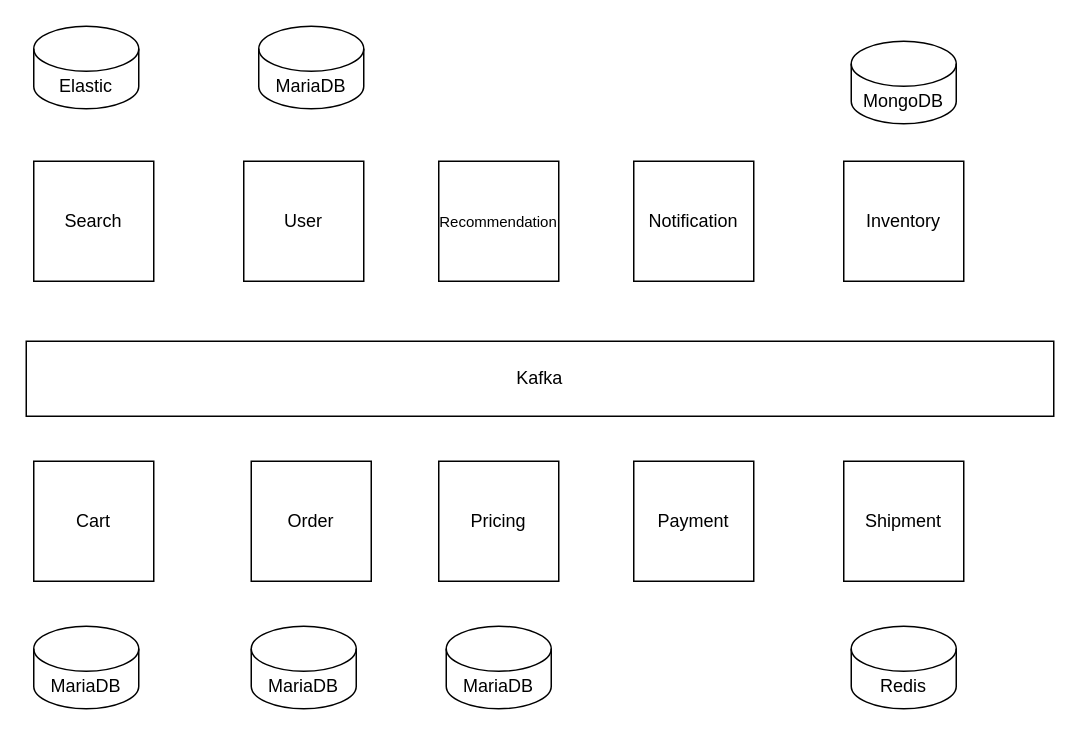
The draw.io diagram ecommerce/doc/design/ecommerce.drawio in salamsoft/systemdesigns, before the edit. Source tidied: cells renumbered, new cells numbered last; positions are measured from the earlier drawing's top-left corner, leaving out a move shared by most shapes. Both pictures are drawn from the tidied source at 150%, with x=0, y=0 at pixel (26, 26). Pictures stored in the file or linked from it are replaced by grey dashed boxes.
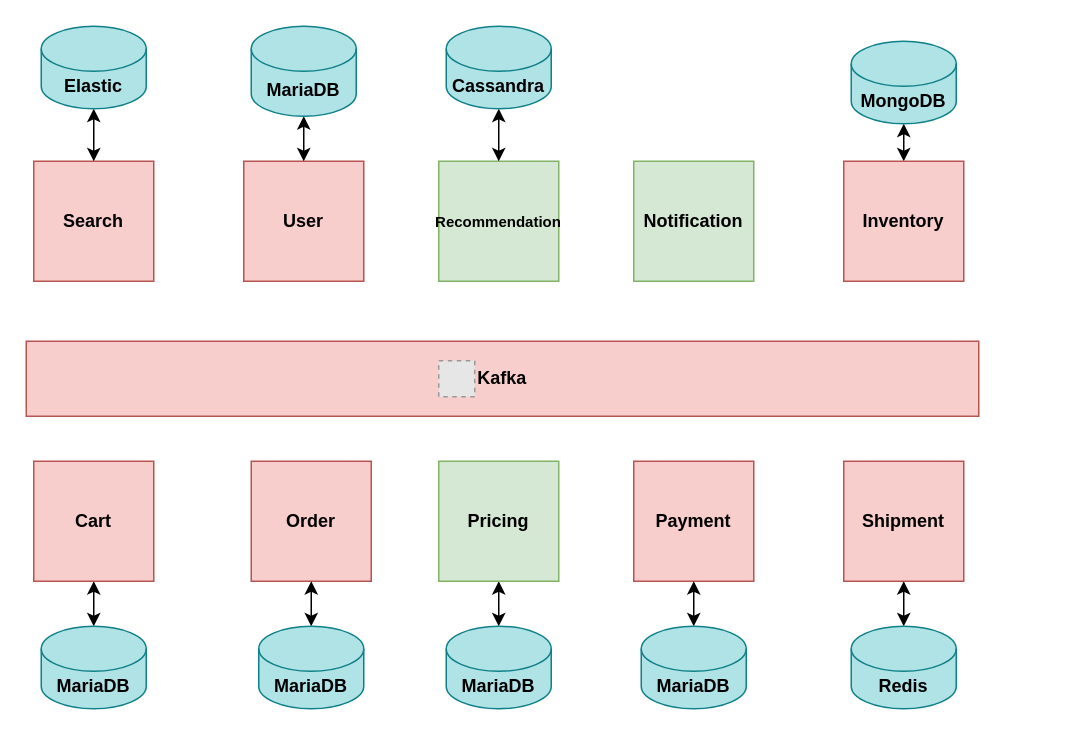
After the change.

Diff of the diagram source:
```diff
@@
-    <mxCell id="2" value="Search" style="whiteSpace=wrap;html=1;" parent="1" vertex="1">
+    <mxCell id="2" value="Search" style="whiteSpace=wrap;html=1;fillColor=#f8cecc;strokeColor=#b85450;fontStyle=1;" parent="1" vertex="1">
       <mxGeometry x="5" y="90" width="80" height="80" as="geometry" />
     </mxCell>
+    <mxCell id="20" style="edgeStyle=orthogonalEdgeStyle;rounded=0;jettySize=auto;html=1;fontSize=10;startArrow=classic;startFill=1;endArrow=classic;endFill=1;" parent="1" edge="1" source="3" target="10">
+      <mxGeometry relative="1" as="geometry" />
+    </mxCell>
-    <mxCell id="3" value="Inventory" style="whiteSpace=wrap;html=1;" parent="1" vertex="1">
+    <mxCell id="3" value="Inventory" style="whiteSpace=wrap;html=1;fillColor=#f8cecc;strokeColor=#b85450;fontStyle=1;" parent="1" vertex="1">
       <mxGeometry x="545" y="90" width="80" height="80" as="geometry" />
     </mxCell>
+    <mxCell id="21" style="edgeStyle=orthogonalEdgeStyle;rounded=0;jettySize=auto;html=1;fontSize=10;startArrow=classic;startFill=1;endArrow=classic;endFill=1;" parent="1" edge="1" source="4" target="19">
+      <mxGeometry relative="1" as="geometry" />
+    </mxCell>
-    <mxCell id="4" value="Cart" style="whiteSpace=wrap;html=1;" parent="1" vertex="1">
+    <mxCell id="4" value="Cart" style="whiteSpace=wrap;html=1;fillColor=#f8cecc;strokeColor=#b85450;fontStyle=1;" parent="1" vertex="1">
       <mxGeometry x="5" y="290" width="80" height="80" as="geometry" />
     </mxCell>
-    <mxCell id="5" value="Order" style="whiteSpace=wrap;html=1;" parent="1" vertex="1">
+    <mxCell id="5" value="Order" style="whiteSpace=wrap;html=1;fillColor=#f8cecc;strokeColor=#b85450;fontStyle=1;" parent="1" vertex="1">
       <mxGeometry x="150" y="290" width="80" height="80" as="geometry" />
     </mxCell>
-    <mxCell id="6" value="Payment" style="whiteSpace=wrap;html=1;" parent="1" vertex="1">
+    <mxCell id="6" value="Payment" style="whiteSpace=wrap;html=1;fillColor=#f8cecc;strokeColor=#b85450;fontStyle=1;" parent="1" vertex="1">
       <mxGeometry x="405" y="290" width="80" height="80" as="geometry" />
     </mxCell>
-    <mxCell id="7" value="Shipment" style="whiteSpace=wrap;html=1;" parent="1" vertex="1">
+    <mxCell id="7" value="Shipment" style="whiteSpace=wrap;html=1;fillColor=#f8cecc;strokeColor=#b85450;fontStyle=1;" parent="1" vertex="1">
       <mxGeometry x="545" y="290" width="80" height="80" as="geometry" />
     </mxCell>
-    <mxCell id="8" value="Notification" style="whiteSpace=wrap;html=1;" parent="1" vertex="1">
+    <mxCell id="8" value="Notification" style="whiteSpace=wrap;html=1;fillColor=#d5e8d4;strokeColor=#82b366;fontStyle=1;" parent="1" vertex="1">
       <mxGeometry x="405" y="90" width="80" height="80" as="geometry" />
     </mxCell>
-    <mxCell id="9" value="User" style="whiteSpace=wrap;html=1;" parent="1" vertex="1">
+    <mxCell id="9" value="User" style="whiteSpace=wrap;html=1;fillColor=#f8cecc;strokeColor=#b85450;fontStyle=1;" parent="1" vertex="1">
       <mxGeometry x="145" y="90" width="80" height="80" as="geometry" />
     </mxCell>
-    <mxCell id="10" value="MongoDB" style="shape=cylinder3;whiteSpace=wrap;html=1;boundedLbl=1;backgroundOutline=1;size=15;" parent="1" vertex="1">
+    <mxCell id="10" value="MongoDB" style="shape=cylinder3;whiteSpace=wrap;html=1;boundedLbl=1;backgroundOutline=1;size=15;fillColor=#b0e3e6;strokeColor=#0e8088;fontStyle=1;" parent="1" vertex="1">
       <mxGeometry x="550" y="10" width="70" height="55" as="geometry" />
     </mxCell>
-    <mxCell id="11" value="Kafka" style="rounded=0;whiteSpace=wrap;html=1;" parent="1" vertex="1">
-      <mxGeometry y="210" width="685" height="50" as="geometry" />
+    <mxCell id="11" value="Kafka" style="rounded=0;whiteSpace=wrap;html=1;fillColor=#f8cecc;strokeColor=#b85450;fontStyle=1;" parent="1" vertex="1">
+      <mxGeometry y="210" width="635" height="50" as="geometry" />
     </mxCell>
+    <mxCell id="22" style="edgeStyle=orthogonalEdgeStyle;rounded=0;jettySize=auto;html=1;fontSize=10;startArrow=classic;startFill=1;endArrow=classic;endFill=1;" parent="1" edge="1" source="12" target="9">
+      <mxGeometry relative="1" as="geometry" />
+    </mxCell>
-    <mxCell id="12" value="MariaDB" style="shape=cylinder3;whiteSpace=wrap;html=1;boundedLbl=1;backgroundOutline=1;size=15;" parent="1" vertex="1">
-      <mxGeometry x="155" width="70" height="55" as="geometry" />
+    <mxCell id="12" value="MariaDB" style="shape=cylinder3;whiteSpace=wrap;html=1;boundedLbl=1;backgroundOutline=1;size=15;fillColor=#b0e3e6;strokeColor=#0e8088;fontStyle=1;" parent="1" vertex="1">
+      <mxGeometry x="150" width="70" height="60" as="geometry" />
     </mxCell>
+    <mxCell id="23" style="edgeStyle=orthogonalEdgeStyle;rounded=0;jettySize=auto;html=1;fontSize=10;startArrow=classic;startFill=1;endArrow=classic;endFill=1;" parent="1" edge="1" source="13" target="2">
+      <mxGeometry relative="1" as="geometry" />
+    </mxCell>
-    <mxCell id="13" value="Elastic" style="shape=cylinder3;whiteSpace=wrap;html=1;boundedLbl=1;backgroundOutline=1;size=15;" parent="1" vertex="1">
-      <mxGeometry x="5" width="70" height="55" as="geometry" />
+    <mxCell id="13" value="Elastic" style="shape=cylinder3;whiteSpace=wrap;html=1;boundedLbl=1;backgroundOutline=1;size=15;fillColor=#b0e3e6;strokeColor=#0e8088;fontStyle=1;" parent="1" vertex="1">
+      <mxGeometry x="10" width="70" height="55" as="geometry" />
     </mxCell>
+    <mxCell id="24" style="edgeStyle=orthogonalEdgeStyle;rounded=0;jettySize=auto;html=1;fontSize=10;startArrow=classic;startFill=1;endArrow=classic;endFill=1;" parent="1" edge="1" source="14" target="7">
+      <mxGeometry relative="1" as="geometry" />
+    </mxCell>
-    <mxCell id="14" value="Redis" style="shape=cylinder3;whiteSpace=wrap;html=1;boundedLbl=1;backgroundOutline=1;size=15;" parent="1" vertex="1">
+    <mxCell id="14" value="Redis" style="shape=cylinder3;whiteSpace=wrap;html=1;boundedLbl=1;backgroundOutline=1;size=15;fillColor=#b0e3e6;strokeColor=#0e8088;fontStyle=1;" parent="1" vertex="1">
       <mxGeometry x="550" y="400" width="70" height="55" as="geometry" />
     </mxCell>
+    <mxCell id="25" style="edgeStyle=orthogonalEdgeStyle;rounded=0;jettySize=auto;html=1;fontSize=10;startArrow=classic;startFill=1;endArrow=classic;endFill=1;" parent="1" edge="1" source="15" target="5">
+      <mxGeometry relative="1" as="geometry" />
+    </mxCell>
-    <mxCell id="15" value="MariaDB" style="shape=cylinder3;whiteSpace=wrap;html=1;boundedLbl=1;backgroundOutline=1;size=15;" parent="1" vertex="1">
-      <mxGeometry x="150" y="400" width="70" height="55" as="geometry" />
+    <mxCell id="15" value="MariaDB" style="shape=cylinder3;whiteSpace=wrap;html=1;boundedLbl=1;backgroundOutline=1;size=15;fillColor=#b0e3e6;strokeColor=#0e8088;fontStyle=1;" parent="1" vertex="1">
+      <mxGeometry x="155" y="400" width="70" height="55" as="geometry" />
     </mxCell>
+    <mxCell id="26" style="edgeStyle=orthogonalEdgeStyle;rounded=0;jettySize=auto;html=1;fontSize=10;startArrow=classic;startFill=1;endArrow=classic;endFill=1;" parent="1" edge="1" source="16" target="18">
+      <mxGeometry relative="1" as="geometry" />
+    </mxCell>
-    <mxCell id="16" value="MariaDB" style="shape=cylinder3;whiteSpace=wrap;html=1;boundedLbl=1;backgroundOutline=1;size=15;" parent="1" vertex="1">
+    <mxCell id="16" value="MariaDB" style="shape=cylinder3;whiteSpace=wrap;html=1;boundedLbl=1;backgroundOutline=1;size=15;fillColor=#b0e3e6;strokeColor=#0e8088;fontStyle=1;" parent="1" vertex="1">
       <mxGeometry x="280" y="400" width="70" height="55" as="geometry" />
     </mxCell>
-    <mxCell id="17" value="&lt;font style=&quot;font-size: 10px;&quot;&gt;Recommendation&lt;/font&gt;" style="whiteSpace=wrap;html=1;" parent="1" vertex="1">
+    <mxCell id="17" value="&lt;font style=&quot;font-size: 10px;&quot;&gt;Recommendation&lt;/font&gt;" style="whiteSpace=wrap;html=1;fillColor=#d5e8d4;strokeColor=#82b366;fontStyle=1;" parent="1" vertex="1">
       <mxGeometry x="275" y="90" width="80" height="80" as="geometry" />
     </mxCell>
-    <mxCell id="18" value="Pricing" style="whiteSpace=wrap;html=1;" parent="1" vertex="1">
+    <mxCell id="18" value="Pricing" style="whiteSpace=wrap;html=1;fillColor=#d5e8d4;strokeColor=#82b366;fontStyle=1;" parent="1" vertex="1">
       <mxGeometry x="275" y="290" width="80" height="80" as="geometry" />
     </mxCell>
-    <mxCell id="19" value="MariaDB" style="shape=cylinder3;whiteSpace=wrap;html=1;boundedLbl=1;backgroundOutline=1;size=15;" parent="1" vertex="1">
-      <mxGeometry x="5" y="400" width="70" height="55" as="geometry" />
+    <mxCell id="19" value="MariaDB" style="shape=cylinder3;whiteSpace=wrap;html=1;boundedLbl=1;backgroundOutline=1;size=15;fillColor=#b0e3e6;strokeColor=#0e8088;fontStyle=1;" parent="1" vertex="1">
+      <mxGeometry x="10" y="400" width="70" height="55" as="geometry" />
     </mxCell>
+    <mxCell id="27" style="edgeStyle=orthogonalEdgeStyle;rounded=0;jettySize=auto;html=1;fontSize=10;startArrow=classic;startFill=1;endArrow=classic;endFill=1;" parent="1" edge="1" source="28" target="17">
+      <mxGeometry relative="1" as="geometry" />
+    </mxCell>
+    <mxCell id="28" value="Cassandra" style="shape=cylinder3;whiteSpace=wrap;html=1;boundedLbl=1;backgroundOutline=1;size=15;fillColor=#b0e3e6;strokeColor=#0e8088;fontStyle=1;" parent="1" vertex="1">
+      <mxGeometry x="280" width="70" height="55" as="geometry" />
+    </mxCell>
+    <mxCell id="29" style="edgeStyle=orthogonalEdgeStyle;rounded=0;jettySize=auto;html=1;fontSize=10;startArrow=classic;startFill=1;endArrow=classic;endFill=1;" parent="1" edge="1" source="30" target="6">
+      <mxGeometry relative="1" as="geometry" />
+    </mxCell>
+    <mxCell id="30" value="MariaDB" style="shape=cylinder3;whiteSpace=wrap;html=1;boundedLbl=1;backgroundOutline=1;size=15;fillColor=#b0e3e6;strokeColor=#0e8088;fontStyle=1;" parent="1" vertex="1">
+      <mxGeometry x="410" y="400" width="70" height="55" as="geometry" />
+    </mxCell>
+    <mxCell id="31" style="fillColor=#E6E6E6;strokeColor=#999999;dashed=1;verticalLabelPosition=bottom;verticalAlign=top;fontSize=10;" parent="1" vertex="1">
+      <mxGeometry x="275" y="223" width="24" height="24" as="geometry" />
+    </mxCell>
```
